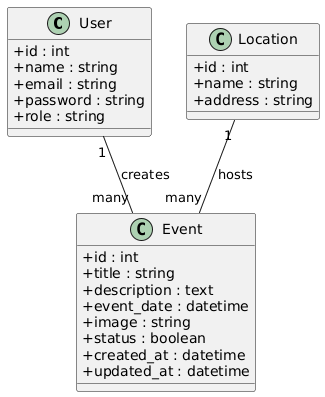
This is images/ClassDiagram.png from AZIZ-Soufiane/Projet-technique, a PlantUML export, as it was before one commit. Source of this version:
```plantuml
@startuml
skinparam classAttributeIconSize 0

class User {
  +id : int
  +name : string
  +email : string
  +password : string
  +role : string
}

class Event {
  +id : int
  +title : string
  +description : text
  +event_date : datetime
  +image : string
  +status : boolean
  +created_at : datetime
  +updated_at : datetime
}

class Location {
  +id : int
  +name : string
  +address : string
}

User "1" -- "many" Event : creates
Location "1" -- "many" Event : hosts
@enduml
```
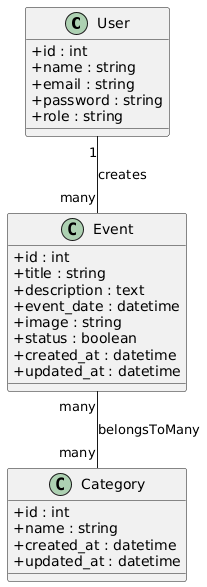
Later version of the same file.

What changed in the source:
```diff
@@ -20,12 +20,14 @@
   +updated_at : datetime
 }
 
-class Location {
+class Category {
   +id : int
   +name : string
-  +address : string
+  +created_at : datetime
+  +updated_at : datetime
 }
 
+
 User "1" -- "many" Event : creates
-Location "1" -- "many" Event : hosts
+Event "many" -- "many" Category : belongsToMany
 @enduml
```
